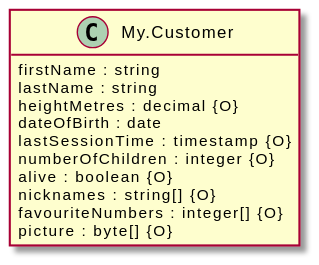
This is src/docs/tests/simple-types-and-arrays.puml.svg from davidmoten/openapi-to-plantuml, a PlantUML export, as it was before one commit. The source it was exported from:
```plantuml
@startuml
hide <<Method>> circle
hide <<Response>> circle
hide <<Parameter>> circle
hide empty methods
hide empty fields
set namespaceSeparator none

class "My.Customer" {
  firstName : string
  lastName : string
  heightMetres : decimal {O}
  dateOfBirth : date
  lastSessionTime : timestamp {O}
  numberOfChildren : integer {O}
  alive : boolean {O}
  nicknames : string[] {O}
  favouriteNumbers : integer[] {O}
  picture : byte[] {O}
}

@enduml
```
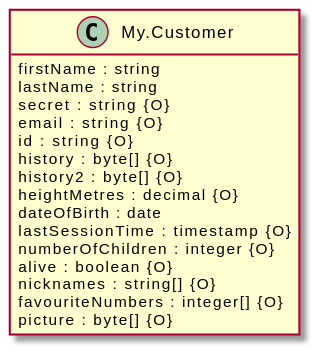
After the commit.

Diff of the diagram source:
```diff
@@ -9,6 +9,11 @@
 class "My.Customer" {
   firstName : string
   lastName : string
+  secret : string {O}
+  email : string {O}
+  id : string {O}
+  history : byte[] {O}
+  history2 : byte[] {O}
   heightMetres : decimal {O}
   dateOfBirth : date
   lastSessionTime : timestamp {O}
```
